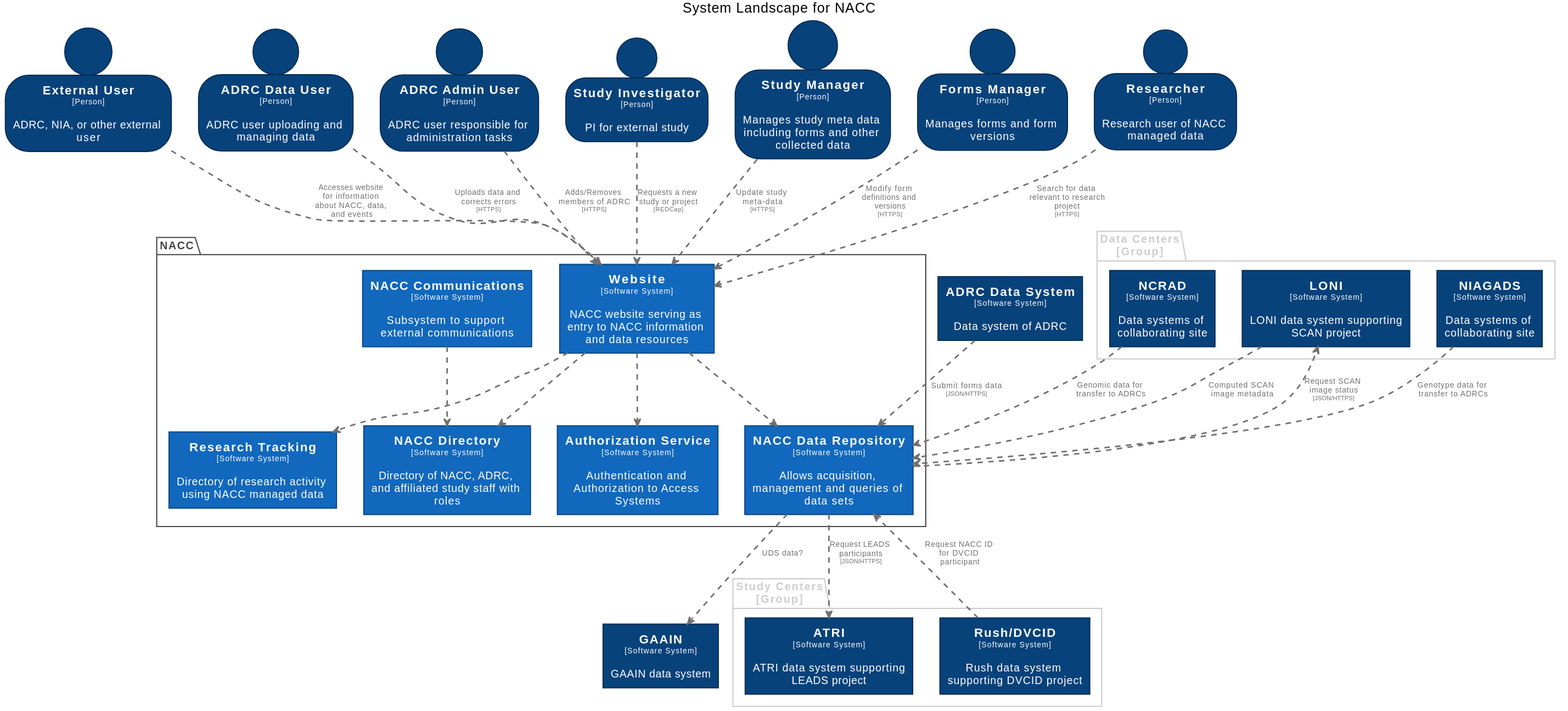
The PlantUML diagram docs/images/structurizr-SystemLandscape.svg in naccdata/system-design, before a commit.
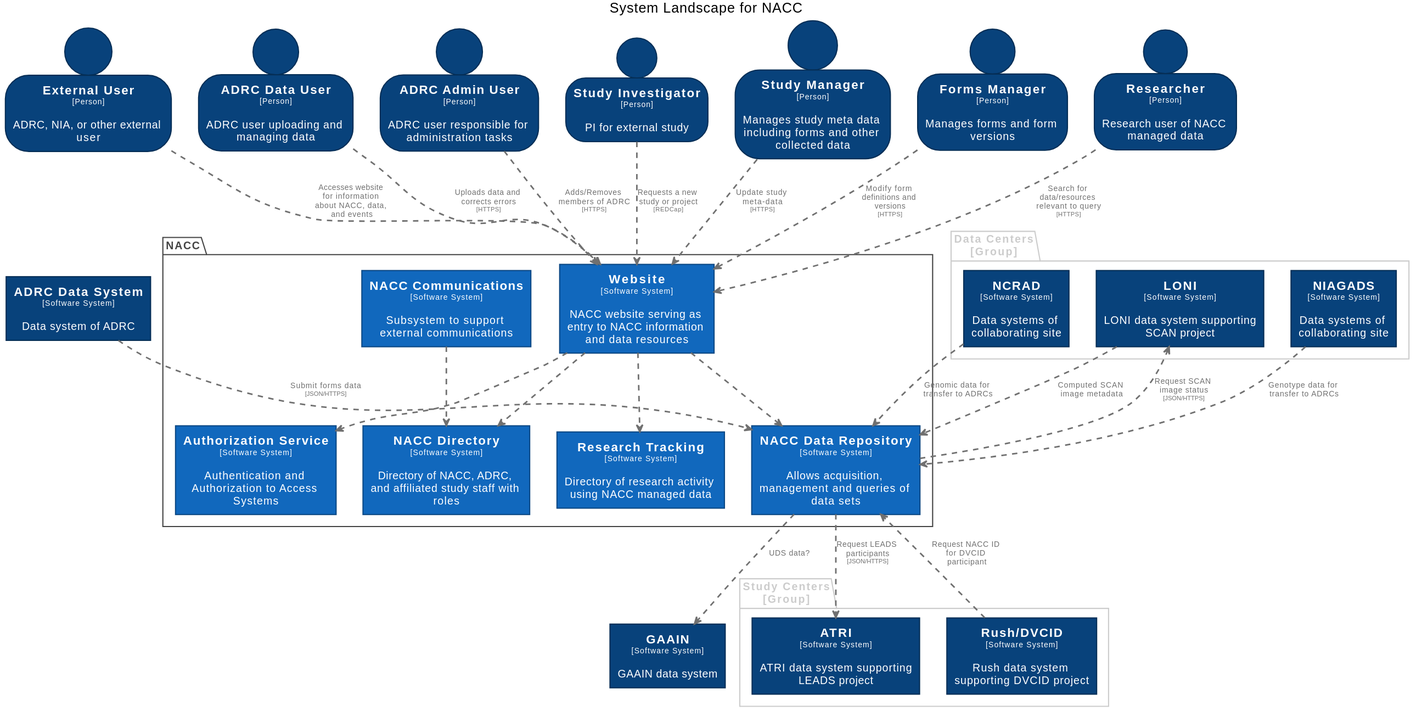
Above is the later version.

What changed in the source:
```diff
@@ -143,6 +143,7 @@
   rectangle "==Rush/DVCID\n<size:10>[Software System]</size>\n\nRush data system supporting DVCID project" <<RushDVCID>> as RushDVCID
 }
 
+rectangle "==ADRC Data System\n<size:10>[Software System]</size>\n\nData system of ADRC" <<ADRCDataSystem>> as ADRCDataSystem
 rectangle "==GAAIN\n<size:10>[Software System]</size>\n\nGAAIN data system" <<GAAIN>> as GAAIN
 person "==External User\n<size:10>[Person]</size>\n\nADRC, NIA, or other external user" <<ExternalUser>> as ExternalUser
 person "==ADRC Data User\n<size:10>[Person]</size>\n\nADRC user uploading and managing data" <<ADRCDataUser>> as ADRCDataUser
@@ -151,8 +152,10 @@
 person "==Study Manager\n<size:10>[Person]</size>\n\nManages study meta data including forms and other collected data" <<StudyManager>> as StudyManager
 person "==Forms Manager\n<size:10>[Person]</size>\n\nManages forms and form versions" <<FormsManager>> as FormsManager
 person "==Researcher\n<size:10>[Person]</size>\n\nResearch user of NACC managed data" <<Researcher>> as Researcher
-rectangle "==ADRC Data System\n<size:10>[Software System]</size>\n\nData system of ADRC" <<ADRCDataSystem>> as ADRCDataSystem
 
+ADRCDataSystem .[#707070,thickness=2].> NACCDataRepository : "<color:#707070>Submit forms data\n<color:#707070><size:8>[JSON/HTTPS]</size>"
+NCRAD .[#707070,thickness=2].> NACCDataRepository : "<color:#707070>Genomic data for transfer to ADRCs"
+NIAGADS .[#707070,thickness=2].> NACCDataRepository : "<color:#707070>Genotype data for transfer to ADRCs"
 LONI .[#707070,thickness=2].> NACCDataRepository : "<color:#707070>Computed SCAN image metadata"
 NACCDataRepository .[#707070,thickness=2].> LONI : "<color:#707070>Request SCAN image status\n<color:#707070><size:8>[JSON/HTTPS]</size>"
 NACCDataRepository .[#707070,thickness=2].> ATRI : "<color:#707070>Request LEADS participants\n<color:#707070><size:8>[JSON/HTTPS]</size>"
@@ -169,8 +172,5 @@
 StudyInvestigator .[#707070,thickness=2].> Website : "<color:#707070>Requests a new study or project\n<color:#707070><size:8>[REDCap]</size>"
 StudyManager .[#707070,thickness=2].> Website : "<color:#707070>Update study meta-data\n<color:#707070><size:8>[HTTPS]</size>"
 FormsManager .[#707070,thickness=2].> Website : "<color:#707070>Modify form definitions and versions\n<color:#707070><size:8>[HTTPS]</size>"
-Researcher .[#707070,thickness=2].> Website : "<color:#707070>Search for data relevant to research project\n<color:#707070><size:8>[HTTPS]</size>"
-ADRCDataSystem .[#707070,thickness=2].> NACCDataRepository : "<color:#707070>Submit forms data\n<color:#707070><size:8>[JSON/HTTPS]</size>"
-NCRAD .[#707070,thickness=2].> NACCDataRepository : "<color:#707070>Genomic data for transfer to ADRCs"
-NIAGADS .[#707070,thickness=2].> NACCDataRepository : "<color:#707070>Genotype data for transfer to ADRCs"
+Researcher .[#707070,thickness=2].> Website : "<color:#707070>Search for data/resources relevant to query\n<color:#707070><size:8>[HTTPS]</size>"
 @enduml
```
